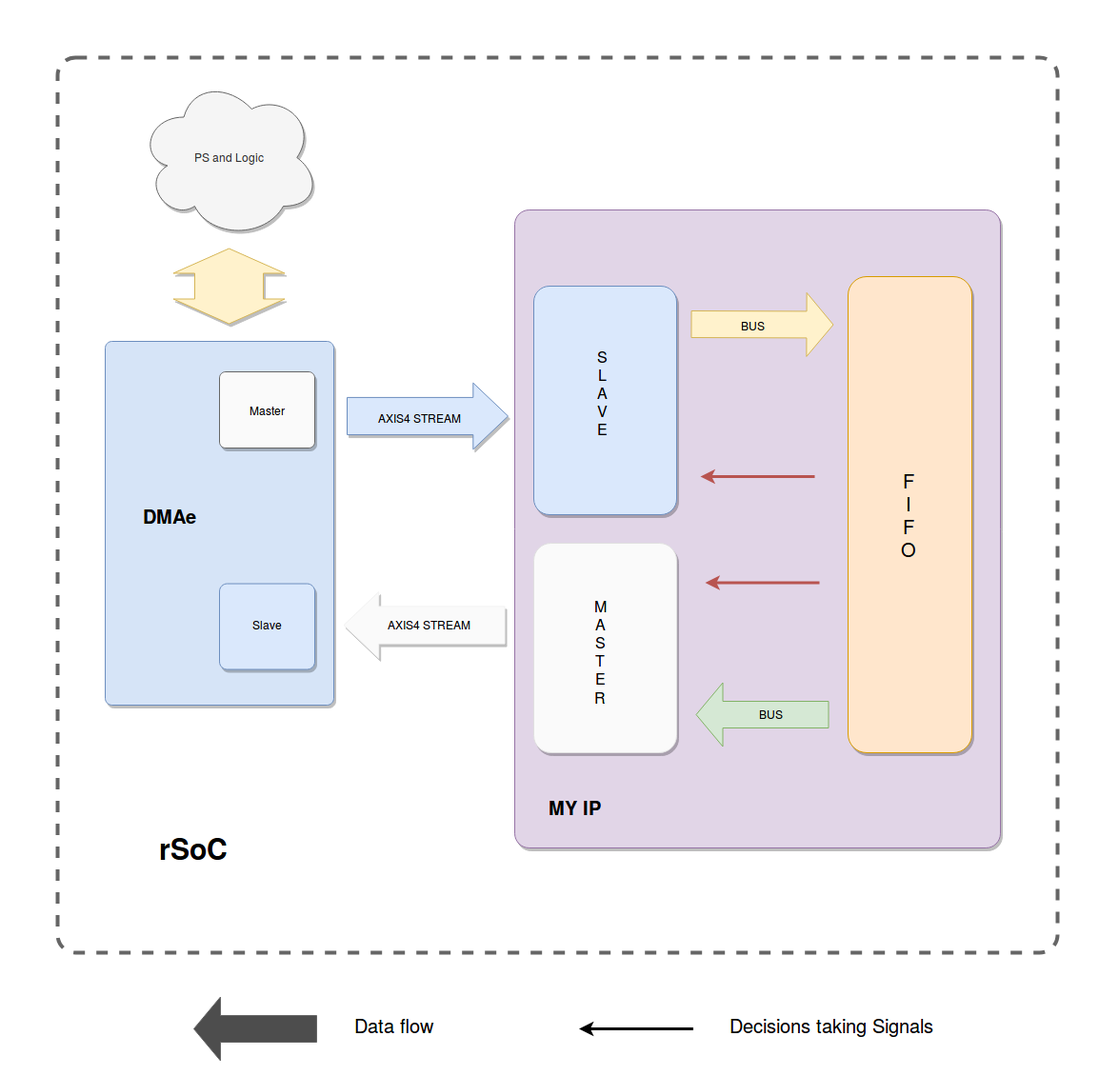
CSpyridakis/Reconfigurable-Computing keeps this draw.io diagram as doc/schematics/My-ip.png. Above is the earlier version. Source tidied: cells renumbered, new cells last; positions are measured from the earlier drawing's top-left corner, leaving out a move shared by most shapes.
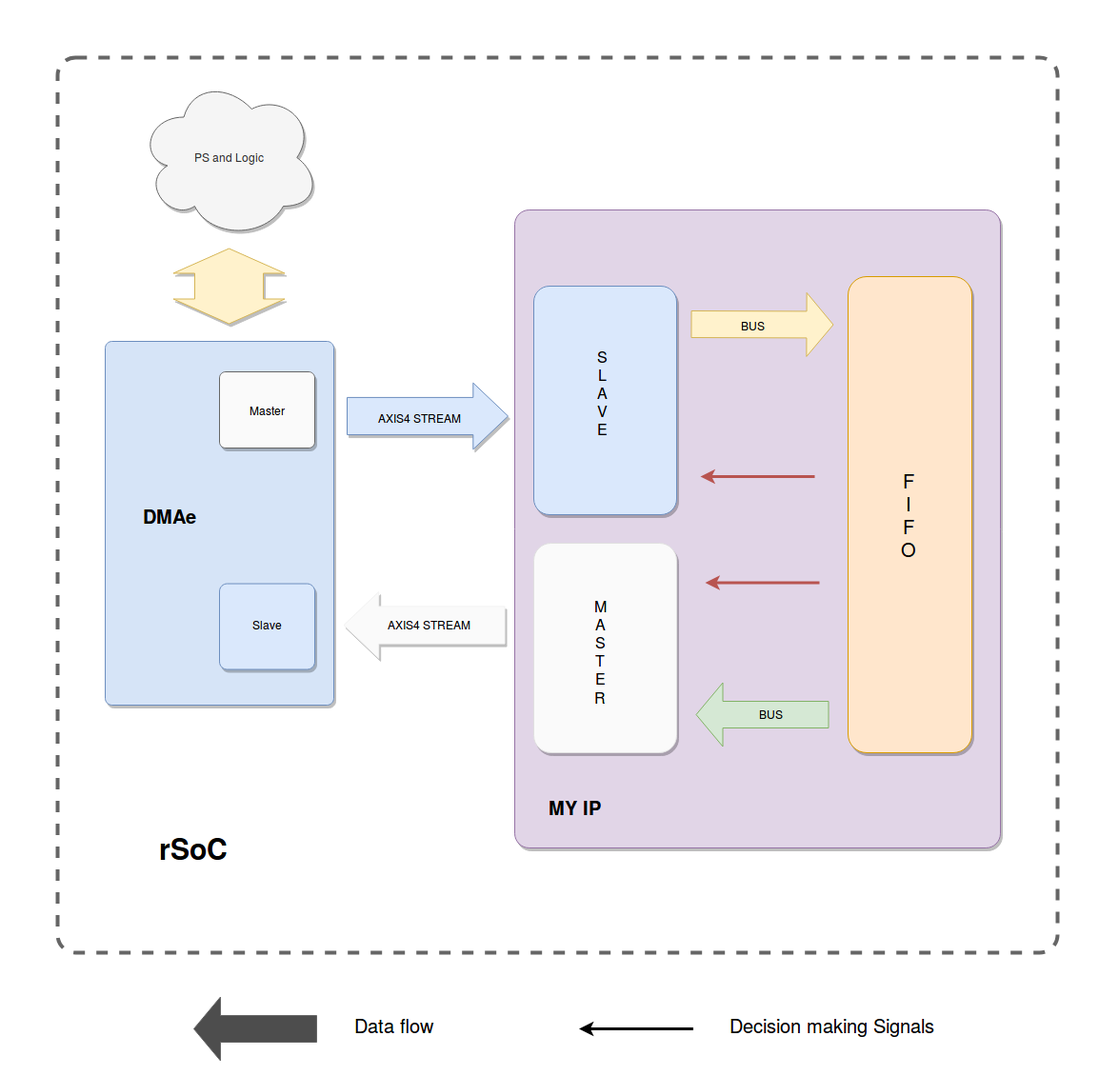
Later version of the same file.

Diff of the diagram source:
```diff
@@ -121,7 +121,7 @@
     <mxCell id="31" value="&lt;font style=&quot;font-size: 20px&quot;&gt;Data flow&lt;/font&gt;" style="text;html=1;strokeColor=none;fillColor=none;align=center;verticalAlign=middle;whiteSpace=wrap;rounded=0;glass=0;" parent="1" vertex="1">
       <mxGeometry x="362.5" y="1060" width="100" height="30" as="geometry" />
     </mxCell>
-    <mxCell id="32" value="&lt;font style=&quot;font-size: 20px&quot;&gt;Decisions taking Signals&lt;/font&gt;" style="text;html=1;strokeColor=none;fillColor=none;align=center;verticalAlign=middle;whiteSpace=wrap;rounded=0;glass=0;" parent="1" vertex="1">
+    <mxCell id="32" value="&lt;font style=&quot;font-size: 20px&quot;&gt;Decision making Signals&lt;/font&gt;" style="text;html=1;strokeColor=none;fillColor=none;align=center;verticalAlign=middle;whiteSpace=wrap;rounded=0;glass=0;" parent="1" vertex="1">
       <mxGeometry x="747.5" y="1060" width="250" height="30" as="geometry" />
     </mxCell>
     <mxCell id="33" value="BUS" style="text;html=1;align=center;verticalAlign=middle;labelBackgroundColor=none;" parent="1" vertex="1">
```
